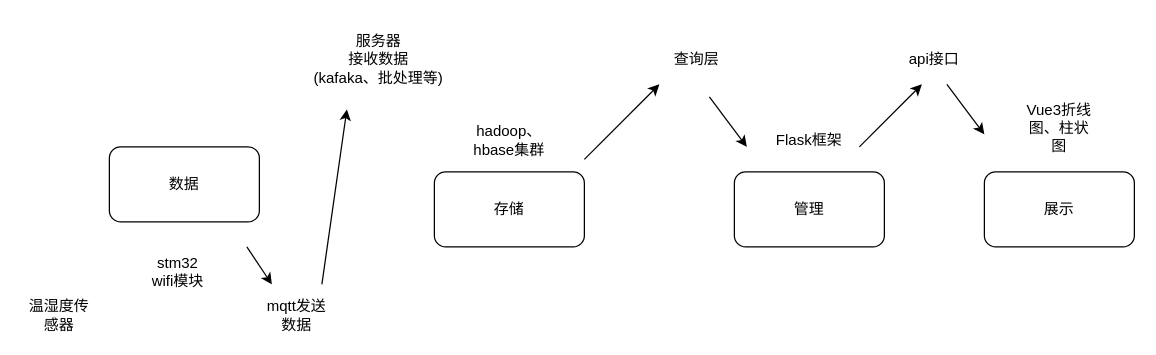
The draw.io diagram NexusScale.drawio in HarmmerRay/NexusScale-Manage, before the edit. Source tidied: cells renumbered, new cells numbered last; positions are measured from the earlier drawing's top-left corner, leaving out a move shared by most shapes. Both pictures are drawn from the tidied source at 125%, with x=0, y=0 at pixel (21, 21).
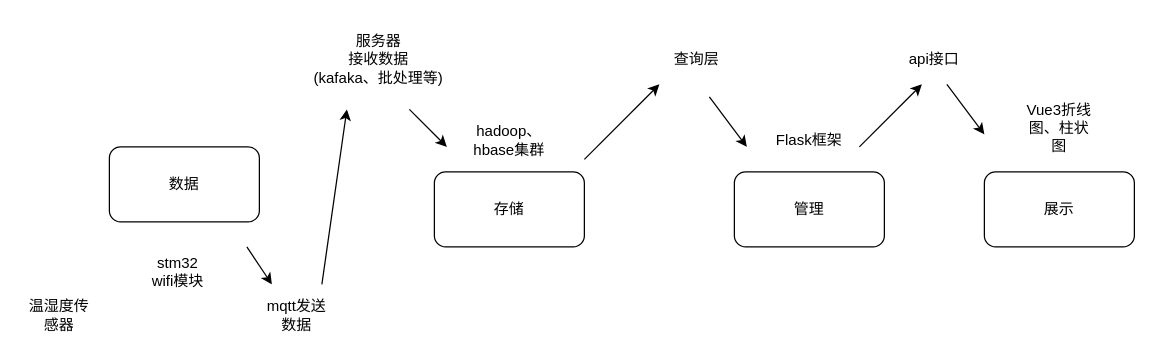
The same diagram, later.

Change to the diagram source:
```diff
@@
+    <mxCell id="21" style="endArrow=classic;html=1;rounded=0;" parent="1" edge="1">
+      <mxGeometry relative="1" as="geometry">
+        <mxPoint x="310" y="70" as="sourcePoint" />
+        <mxPoint x="340" y="100" as="targetPoint" />
+      </mxGeometry>
+    </mxCell>
```
